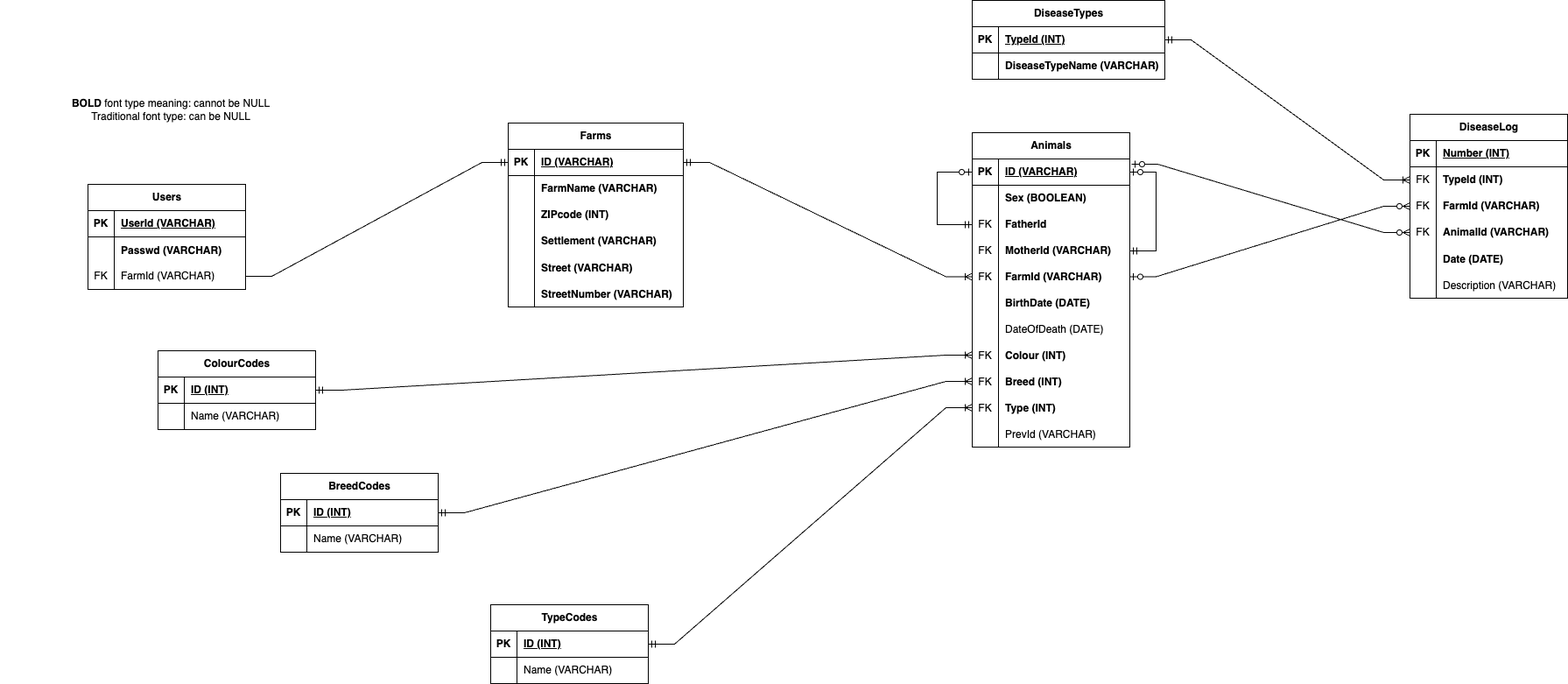
Earlier version of the draw.io export documentation/Database ER Diagram/ER_diagram.png (NMTHmations/the_barn). Source tidied: cells renumbered, new cells last; positions are measured from the earlier drawing's top-left corner, leaving out a move shared by most shapes.
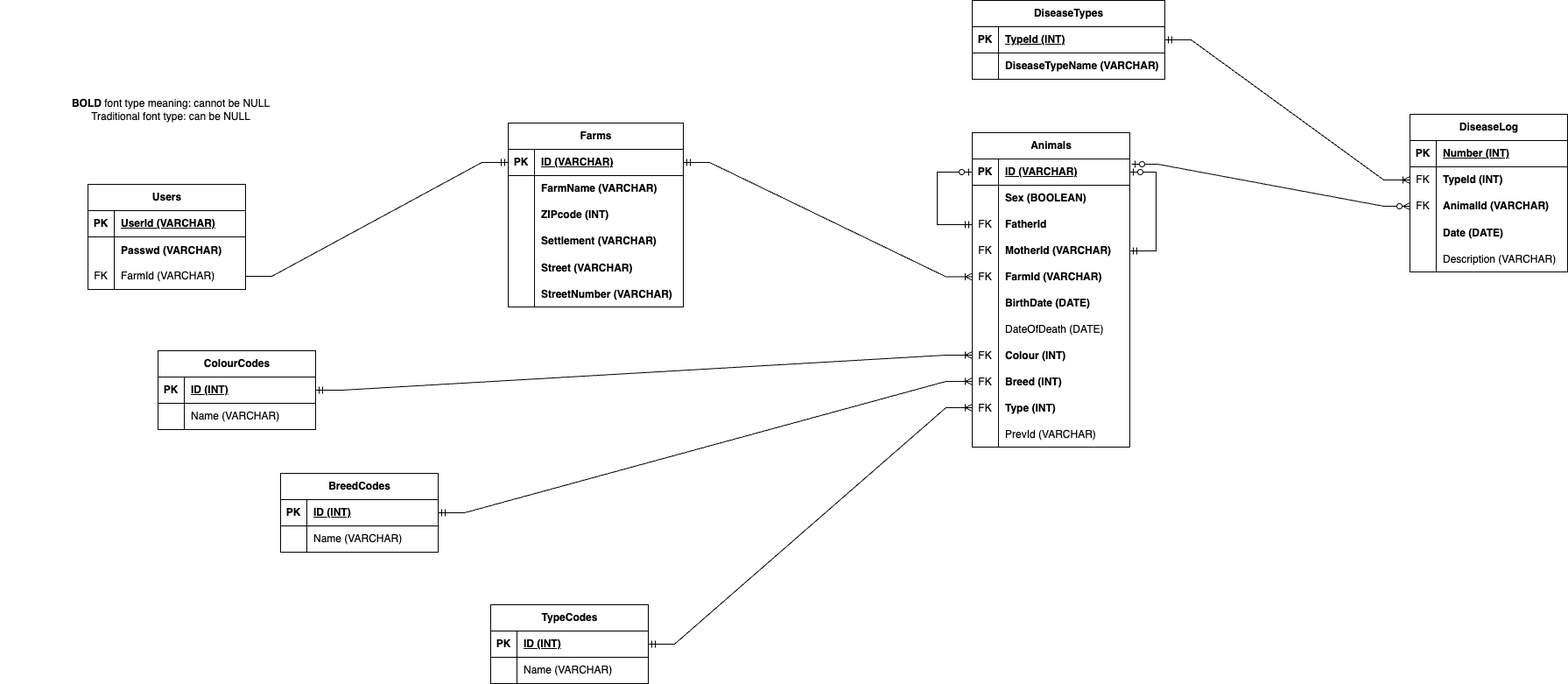
The same diagram one commit later.

The edit, as a diff of the source:
```diff
@@ -289,7 +289,7 @@
       <mxGeometry y="110" width="390" height="30" as="geometry" />
     </mxCell>
     <mxCell id="94" value="DiseaseLog" style="shape=table;startSize=30;rowLines=0;fontStyle=1;align=center;html=1;" parent="1" vertex="1">
-      <mxGeometry x="1610" y="130" width="180" height="210" as="geometry" />
+      <mxGeometry x="1610" y="130" width="180" height="180" as="geometry" />
     </mxCell>
     <mxCell id="95" style="shape=tableRow;horizontal=0;startSize=0;swimlaneHead=0;swimlaneBody=0;fillColor=none;top=0;left=0;right=0;bottom=1;" parent="94" vertex="1">
       <mxGeometry y="30" width="180" height="30" as="geometry" />
@@ -309,17 +309,8 @@
     <mxCell id="100" value="&lt;b&gt;TypeId (INT)&lt;/b&gt;" style="shape=partialRectangle;fillColor=none;top=0;left=0;bottom=0;right=0;align=left;spacingLeft=6;overflow=hidden;whiteSpace=wrap;html=1;" parent="98" vertex="1">
       <mxGeometry x="30" width="150" height="30" as="geometry" />
     </mxCell>
-    <mxCell id="101" style="shape=tableRow;horizontal=0;startSize=0;swimlaneHead=0;swimlaneBody=0;fillColor=none;points=[[0,0.5],[1,0.5]];portConstraint=eastwest;top=0;left=0;right=0;bottom=0;" parent="94" vertex="1">
-      <mxGeometry y="90" width="180" height="30" as="geometry" />
-    </mxCell>
-    <mxCell id="102" value="FK" style="shape=partialRectangle;fillColor=none;top=0;left=0;bottom=0;right=0;overflow=hidden;whiteSpace=wrap;html=1;" parent="101" vertex="1">
-      <mxGeometry width="30" height="30" as="geometry" />
-    </mxCell>
-    <mxCell id="103" value="&lt;b&gt;FarmId (VARCHAR)&lt;/b&gt;" style="shape=partialRectangle;fillColor=none;top=0;left=0;bottom=0;right=0;align=left;spacingLeft=6;overflow=hidden;whiteSpace=wrap;html=1;" parent="101" vertex="1">
-      <mxGeometry x="30" width="150" height="30" as="geometry" />
-    </mxCell>
     <mxCell id="104" style="shape=tableRow;horizontal=0;startSize=0;swimlaneHead=0;swimlaneBody=0;fillColor=none;points=[[0,0.5],[1,0.5]];portConstraint=eastwest;top=0;left=0;right=0;bottom=0;" parent="94" vertex="1">
-      <mxGeometry y="120" width="180" height="30" as="geometry" />
+      <mxGeometry y="90" width="180" height="30" as="geometry" />
     </mxCell>
     <mxCell id="105" value="FK" style="shape=partialRectangle;fillColor=none;top=0;left=0;bottom=0;right=0;overflow=hidden;whiteSpace=wrap;html=1;" parent="104" vertex="1">
       <mxGeometry width="30" height="30" as="geometry" />
@@ -328,7 +319,7 @@
       <mxGeometry x="30" width="150" height="30" as="geometry" />
     </mxCell>
     <mxCell id="107" style="shape=tableRow;horizontal=0;startSize=0;swimlaneHead=0;swimlaneBody=0;fillColor=none;top=0;left=0;right=0;bottom=0;" parent="94" vertex="1">
-      <mxGeometry y="150" width="180" height="30" as="geometry" />
+      <mxGeometry y="120" width="180" height="30" as="geometry" />
     </mxCell>
     <mxCell id="108" style="shape=partialRectangle;fillColor=none;top=0;left=0;bottom=0;right=0;overflow=hidden;" parent="107" vertex="1">
       <mxGeometry width="30" height="30" as="geometry" />
@@ -337,7 +328,7 @@
       <mxGeometry x="30" width="150" height="30" as="geometry" />
     </mxCell>
     <mxCell id="110" style="shape=tableRow;horizontal=0;startSize=0;swimlaneHead=0;swimlaneBody=0;fillColor=none;top=0;left=0;right=0;bottom=0;" parent="94" vertex="1">
-      <mxGeometry y="180" width="180" height="30" as="geometry" />
+      <mxGeometry y="150" width="180" height="30" as="geometry" />
     </mxCell>
     <mxCell id="111" style="shape=partialRectangle;fillColor=none;top=0;left=0;bottom=0;right=0;overflow=hidden;" parent="110" vertex="1">
       <mxGeometry width="30" height="30" as="geometry" />
@@ -345,9 +336,6 @@
     <mxCell id="112" value="Description (VARCHAR)" style="shape=partialRectangle;fillColor=none;top=0;left=0;bottom=0;right=0;align=left;spacingLeft=6;overflow=hidden;" parent="110" vertex="1">
       <mxGeometry x="30" width="150" height="30" as="geometry" />
     </mxCell>
-    <mxCell id="113" style="edgeStyle=entityRelationEdgeStyle;fontSize=12;html=1;endArrow=ERzeroToMany;startArrow=ERzeroToOne;rounded=0;exitX=1;exitY=0.5;exitDx=0;exitDy=0;" parent="1" edge="1" source="15" target="101">
-      <mxGeometry relative="1" as="geometry" />
-    </mxCell>
     <mxCell id="114" style="edgeStyle=entityRelationEdgeStyle;fontSize=12;html=1;endArrow=ERzeroToMany;startArrow=ERzeroToOne;rounded=0;exitX=1.011;exitY=0.2;exitDx=0;exitDy=0;exitPerimeter=0;entryX=0;entryY=0.5;entryDx=0;entryDy=0;" parent="1" edge="1" source="3" target="104">
       <mxGeometry relative="1" as="geometry" />
     </mxCell>
```
